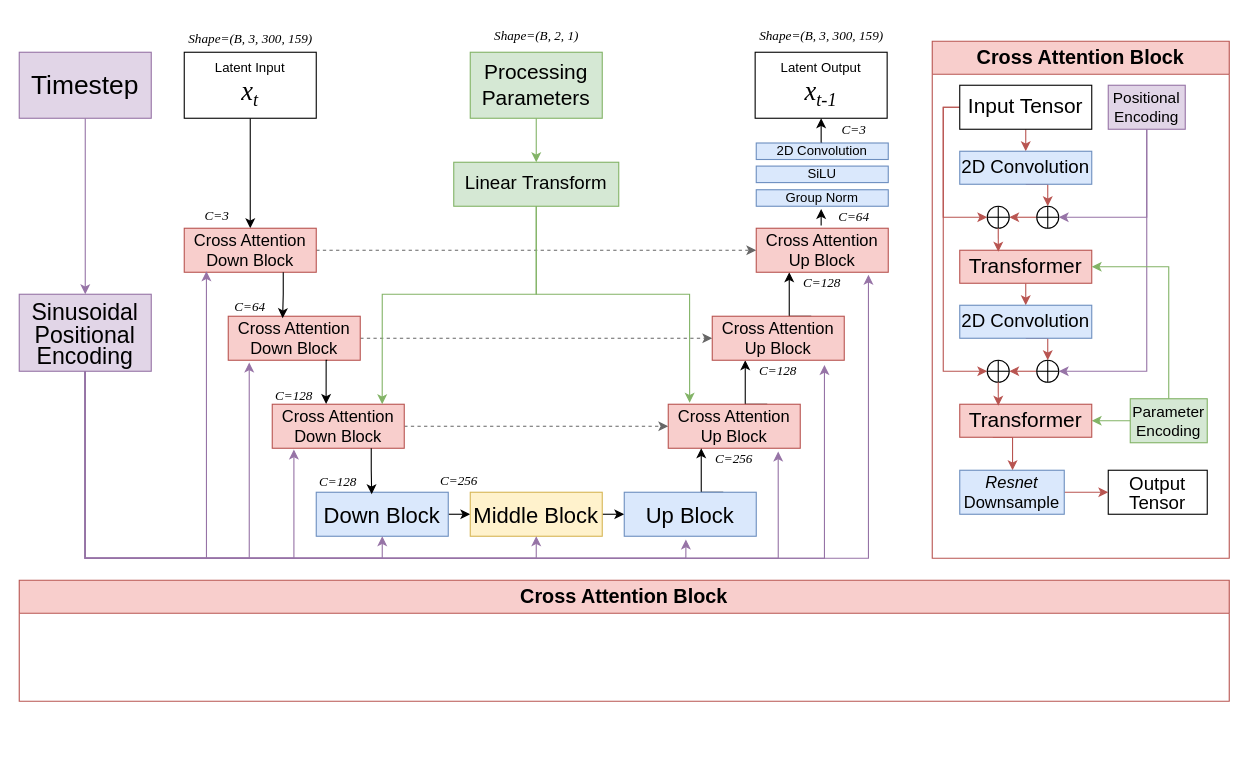
Above: UNet2DCondition.drawio in Hudson-Liu/Diagrams (draw.io), before the change. Source tidied: cells renumbered, new cells numbered last; positions are measured from the earlier drawing's top-left corner, leaving out a move shared by most shapes. Both pictures are drawn from the tidied source at 110%, with x=0, y=0 at pixel (19, 19).
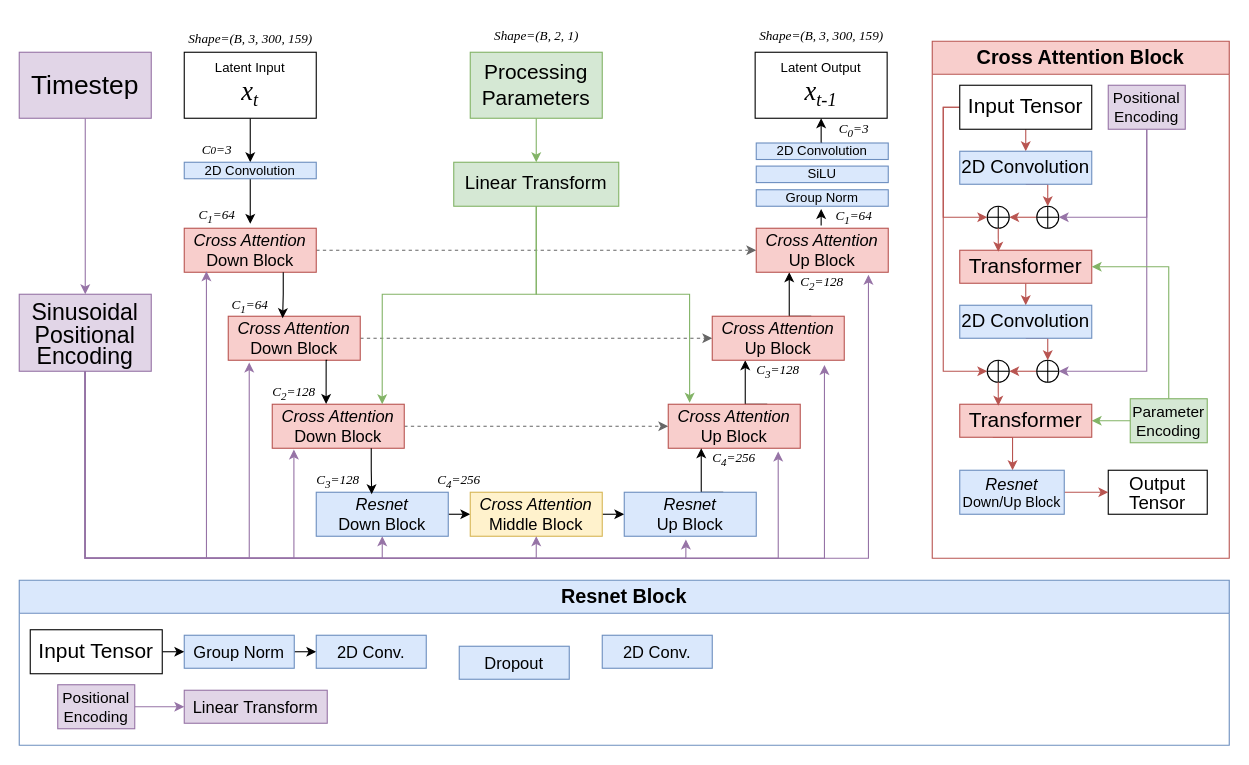
After the change.

Unchanged cells that the change refers to:
```xml
<mxCell id="5" value="&lt;div&gt;&lt;font style=&quot;font-size: 12px;&quot;&gt;Latent Input&lt;/font&gt;&lt;/div&gt;&lt;font face=&quot;Times New Roman&quot; style=&quot;&quot;&gt;&lt;span style=&quot;font-size: 24px;&quot;&gt;&lt;i&gt;x&lt;/i&gt;&lt;/span&gt;&lt;span style=&quot;font-style: italic; font-size: 20px;&quot;&gt;&lt;sub&gt;t&lt;/sub&gt;&lt;/span&gt;&lt;/font&gt;" style="rounded=0;whiteSpace=wrap;html=1;" parent="1" vertex="1">
  <mxGeometry x="150" y="30" width="120" height="60" as="geometry" />
</mxCell>
<mxCell id="41" value="&lt;font style=&quot;font-size: 18px;&quot;&gt;Cross Attention Block&lt;/font&gt;" style="swimlane;whiteSpace=wrap;html=1;fillColor=#f8cecc;strokeColor=#b85450;startSize=30;" parent="1" vertex="1">
  <mxGeometry x="830" y="20" width="270" height="470" as="geometry" />
</mxCell>
```

The edit, as a diff of the source:
```diff
@@
-    <mxCell id="4" style="edgeStyle=orthogonalEdgeStyle;rounded=0;jettySize=auto;html=1;exitX=0.5;exitY=1;exitDx=0;exitDy=0;entryX=0.5;entryY=0;entryDx=0;entryDy=0;" parent="1" edge="1" source="5" target="8">
-      <mxGeometry relative="1" as="geometry" />
-    </mxCell>
+    <mxCell id="93" style="edgeStyle=orthogonalEdgeStyle;rounded=0;jettySize=auto;html=1;exitX=0.5;exitY=1;exitDx=0;exitDy=0;entryX=0.5;entryY=0;entryDx=0;entryDy=0;" parent="1" edge="1" source="5" target="105">
+      <mxGeometry relative="1" as="geometry" />
+    </mxCell>
@@
-    <mxCell id="8" value="&lt;font style=&quot;font-size: 15px;&quot;&gt;Cross Attention Down Block&lt;/font&gt;" style="rounded=0;whiteSpace=wrap;html=1;fillColor=#f8cecc;strokeColor=#b85450;" parent="1" vertex="1">
+    <mxCell id="8" value="&lt;font style=&quot;font-size: 15px;&quot;&gt;&lt;i&gt;Cross Attention&lt;/i&gt; Down Block&lt;/font&gt;" style="rounded=0;whiteSpace=wrap;html=1;fillColor=#f8cecc;strokeColor=#b85450;" parent="1" vertex="1">
       <mxGeometry x="150" y="190" width="120" height="40" as="geometry" />
     </mxCell>
@@
-    <mxCell id="10" value="&lt;font style=&quot;font-size: 15px;&quot;&gt;Cross Attention Down Block&lt;/font&gt;" style="rounded=0;whiteSpace=wrap;html=1;fillColor=#f8cecc;strokeColor=#b85450;" parent="1" vertex="1">
+    <mxCell id="10" value="&lt;font style=&quot;font-size: 15px;&quot;&gt;&lt;i&gt;Cross Attention&lt;/i&gt; Down Block&lt;/font&gt;" style="rounded=0;whiteSpace=wrap;html=1;fillColor=#f8cecc;strokeColor=#b85450;" parent="1" vertex="1">
       <mxGeometry x="190" y="270" width="120" height="40" as="geometry" />
     </mxCell>
@@
-    <mxCell id="12" value="&lt;font style=&quot;font-size: 15px;&quot;&gt;Cross Attention Down Block&lt;/font&gt;" style="rounded=0;whiteSpace=wrap;html=1;fillColor=#f8cecc;strokeColor=#b85450;" parent="1" vertex="1">
+    <mxCell id="12" value="&lt;font style=&quot;font-size: 15px;&quot;&gt;&lt;i&gt;Cross Attention&lt;/i&gt; Down Block&lt;/font&gt;" style="rounded=0;whiteSpace=wrap;html=1;fillColor=#f8cecc;strokeColor=#b85450;" parent="1" vertex="1">
       <mxGeometry x="230" y="350" width="120" height="40" as="geometry" />
     </mxCell>
@@
-    <mxCell id="14" value="&lt;font style=&quot;font-size: 15px;&quot;&gt;Cross Attention Up Block&lt;/font&gt;" style="rounded=0;whiteSpace=wrap;html=1;fillColor=#f8cecc;strokeColor=#b85450;" parent="1" vertex="1">
+    <mxCell id="14" value="&lt;font style=&quot;font-size: 15px;&quot;&gt;&lt;i&gt;Cross Attention&lt;/i&gt; Up Block&lt;/font&gt;" style="rounded=0;whiteSpace=wrap;html=1;fillColor=#f8cecc;strokeColor=#b85450;" parent="1" vertex="1">
       <mxGeometry x="590" y="350" width="120" height="40" as="geometry" />
     </mxCell>
@@
-    <mxCell id="16" value="&lt;font style=&quot;font-size: 15px;&quot;&gt;Cross &lt;font style=&quot;font-size: 15px;&quot;&gt;Attention&lt;/font&gt; Up Block&lt;/font&gt;" style="rounded=0;whiteSpace=wrap;html=1;fillColor=#f8cecc;strokeColor=#b85450;" parent="1" vertex="1">
+    <mxCell id="16" value="&lt;font style=&quot;font-size: 15px;&quot;&gt;&lt;i&gt;Cross &lt;font style=&quot;font-size: 15px;&quot;&gt;Attention&lt;/font&gt;&lt;/i&gt; Up Block&lt;/font&gt;" style="rounded=0;whiteSpace=wrap;html=1;fillColor=#f8cecc;strokeColor=#b85450;" parent="1" vertex="1">
       <mxGeometry x="630" y="270" width="120" height="40" as="geometry" />
     </mxCell>
-    <mxCell id="17" value="&lt;font style=&quot;font-size: 15px;&quot;&gt;Cross Attention Up Block&lt;/font&gt;" style="rounded=0;whiteSpace=wrap;html=1;fillColor=#f8cecc;strokeColor=#b85450;" parent="1" vertex="1">
+    <mxCell id="17" value="&lt;font style=&quot;font-size: 15px;&quot;&gt;&lt;i&gt;Cross Attention&lt;/i&gt; Up Block&lt;/font&gt;" style="rounded=0;whiteSpace=wrap;html=1;fillColor=#f8cecc;strokeColor=#b85450;" parent="1" vertex="1">
       <mxGeometry x="670" y="190" width="120" height="40" as="geometry" />
     </mxCell>
@@
-    <mxCell id="19" value="&lt;font style=&quot;font-size: 20px;&quot;&gt;Down Block&lt;/font&gt;" style="rounded=0;whiteSpace=wrap;html=1;fillColor=#dae8fc;strokeColor=#6c8ebf;" parent="1" vertex="1">
+    <mxCell id="19" value="&lt;div style=&quot;font-size: 15px;&quot;&gt;&lt;font style=&quot;font-size: 15px;&quot;&gt;&lt;i&gt;Resnet&lt;/i&gt;&lt;/font&gt;&lt;/div&gt;&lt;font style=&quot;font-size: 15px;&quot;&gt;Down Block&lt;/font&gt;" style="rounded=0;whiteSpace=wrap;html=1;fillColor=#dae8fc;strokeColor=#6c8ebf;" parent="1" vertex="1">
       <mxGeometry x="270" y="430" width="120" height="40" as="geometry" />
     </mxCell>
@@
-    <mxCell id="21" value="&lt;font style=&quot;font-size: 20px;&quot;&gt;Middle Block&lt;/font&gt;" style="rounded=0;whiteSpace=wrap;html=1;fillColor=#fff2cc;strokeColor=#d6b656;" parent="1" vertex="1">
+    <mxCell id="21" value="&lt;div style=&quot;font-size: 15px;&quot;&gt;&lt;font style=&quot;font-size: 15px;&quot;&gt;&lt;i&gt;Cross Attention&lt;/i&gt;&lt;/font&gt;&lt;/div&gt;&lt;font style=&quot;font-size: 15px;&quot;&gt;Middle Block&lt;/font&gt;" style="rounded=0;whiteSpace=wrap;html=1;fillColor=#fff2cc;strokeColor=#d6b656;" parent="1" vertex="1">
       <mxGeometry x="410" y="430" width="120" height="40" as="geometry" />
     </mxCell>
@@
-    <mxCell id="23" value="&lt;font style=&quot;font-size: 20px;&quot;&gt;Up Block&lt;/font&gt;" style="rounded=0;whiteSpace=wrap;html=1;fillColor=#dae8fc;strokeColor=#6c8ebf;" parent="1" vertex="1">
+    <mxCell id="23" value="&lt;div style=&quot;font-size: 15px;&quot;&gt;&lt;font style=&quot;font-size: 15px;&quot;&gt;&lt;i&gt;Resnet&lt;/i&gt;&lt;/font&gt;&lt;/div&gt;&lt;font style=&quot;font-size: 15px;&quot;&gt;Up Block&lt;/font&gt;" style="rounded=0;whiteSpace=wrap;html=1;fillColor=#dae8fc;strokeColor=#6c8ebf;" parent="1" vertex="1">
       <mxGeometry x="550" y="430" width="120" height="40" as="geometry" />
     </mxCell>
@@
-    <mxCell id="70" value="&lt;div style=&quot;font-size: 15px;&quot;&gt;&lt;font style=&quot;font-size: 15px;&quot;&gt;&lt;i style=&quot;&quot;&gt;Resnet&lt;/i&gt;&lt;/font&gt;&lt;/div&gt;&lt;font style=&quot;font-size: 15px;&quot;&gt;Downsample&lt;/font&gt;" style="rounded=0;whiteSpace=wrap;html=1;fillColor=#dae8fc;strokeColor=#6c8ebf;" parent="41" vertex="1">
+    <mxCell id="70" value="&lt;div style=&quot;font-size: 15px;&quot;&gt;&lt;font style=&quot;font-size: 15px;&quot;&gt;&lt;i style=&quot;&quot;&gt;Resnet&lt;/i&gt;&lt;/font&gt;&lt;/div&gt;&lt;font style=&quot;font-size: 13px;&quot;&gt;Down/Up Block&lt;/font&gt;" style="rounded=0;whiteSpace=wrap;html=1;fillColor=#dae8fc;strokeColor=#6c8ebf;" parent="41" vertex="1">
       <mxGeometry x="25" y="390" width="95" height="40" as="geometry" />
     </mxCell>
@@
-    <mxCell id="74" value="&lt;font face=&quot;Times New Roman&quot;&gt;&lt;i&gt;C=64&lt;/i&gt;&lt;/font&gt;" style="text;html=1;align=center;verticalAlign=middle;whiteSpace=wrap;rounded=0;" parent="1" vertex="1">
-      <mxGeometry x="180" y="247" width="60" height="30" as="geometry" />
+    <mxCell id="74" value="&lt;font face=&quot;Times New Roman&quot;&gt;&lt;i&gt;C&lt;sub&gt;1&lt;/sub&gt;=64&lt;/i&gt;&lt;/font&gt;" style="text;html=1;align=center;verticalAlign=middle;whiteSpace=wrap;rounded=0;" parent="1" vertex="1">
+      <mxGeometry x="180" y="246" width="60" height="30" as="geometry" />
     </mxCell>
-    <mxCell id="75" value="&lt;font face=&quot;Times New Roman&quot;&gt;&lt;i&gt;C=128&lt;/i&gt;&lt;/font&gt;" style="text;html=1;align=center;verticalAlign=middle;whiteSpace=wrap;rounded=0;" parent="1" vertex="1">
-      <mxGeometry x="220" y="328" width="60" height="30" as="geometry" />
+    <mxCell id="75" value="&lt;font face=&quot;Times New Roman&quot;&gt;&lt;i&gt;C&lt;sub&gt;2&lt;/sub&gt;=128&lt;/i&gt;&lt;/font&gt;" style="text;html=1;align=center;verticalAlign=middle;whiteSpace=wrap;rounded=0;" parent="1" vertex="1">
+      <mxGeometry x="220" y="325" width="60" height="30" as="geometry" />
     </mxCell>
-    <mxCell id="76" value="&lt;font face=&quot;Times New Roman&quot;&gt;&lt;i&gt;C=128&lt;/i&gt;&lt;/font&gt;" style="text;html=1;align=center;verticalAlign=middle;whiteSpace=wrap;rounded=0;" parent="1" vertex="1">
-      <mxGeometry x="260" y="406" width="60" height="30" as="geometry" />
+    <mxCell id="76" value="&lt;font face=&quot;Times New Roman&quot;&gt;&lt;i&gt;C&lt;sub&gt;3&lt;/sub&gt;=128&lt;/i&gt;&lt;/font&gt;" style="text;html=1;align=center;verticalAlign=middle;whiteSpace=wrap;rounded=0;" parent="1" vertex="1">
+      <mxGeometry x="260" y="405" width="60" height="30" as="geometry" />
     </mxCell>
-    <mxCell id="77" value="&lt;font face=&quot;Times New Roman&quot;&gt;&lt;i&gt;C=256&lt;/i&gt;&lt;/font&gt;" style="text;html=1;align=center;verticalAlign=middle;whiteSpace=wrap;rounded=0;" parent="1" vertex="1">
+    <mxCell id="77" value="&lt;font face=&quot;Times New Roman&quot;&gt;&lt;i&gt;C&lt;sub&gt;4&lt;/sub&gt;=256&lt;/i&gt;&lt;/font&gt;" style="text;html=1;align=center;verticalAlign=middle;whiteSpace=wrap;rounded=0;" parent="1" vertex="1">
       <mxGeometry x="370" y="405" width="60" height="30" as="geometry" />
     </mxCell>
-    <mxCell id="78" value="&lt;font face=&quot;Times New Roman&quot;&gt;&lt;i&gt;C=256&lt;/i&gt;&lt;/font&gt;" style="text;html=1;align=center;verticalAlign=middle;whiteSpace=wrap;rounded=0;" parent="1" vertex="1">
+    <mxCell id="78" value="&lt;font face=&quot;Times New Roman&quot;&gt;&lt;i&gt;C&lt;sub&gt;4&lt;/sub&gt;=256&lt;/i&gt;&lt;/font&gt;" style="text;html=1;align=center;verticalAlign=middle;whiteSpace=wrap;rounded=0;" parent="1" vertex="1">
       <mxGeometry x="620" y="385" width="60" height="30" as="geometry" />
     </mxCell>
-    <mxCell id="79" value="&lt;font face=&quot;Times New Roman&quot;&gt;&lt;i&gt;C=128&lt;/i&gt;&lt;/font&gt;" style="text;html=1;align=center;verticalAlign=middle;whiteSpace=wrap;rounded=0;" parent="1" vertex="1">
+    <mxCell id="79" value="&lt;font face=&quot;Times New Roman&quot;&gt;&lt;i&gt;C&lt;sub&gt;3&lt;/sub&gt;=128&lt;/i&gt;&lt;/font&gt;" style="text;html=1;align=center;verticalAlign=middle;whiteSpace=wrap;rounded=0;" parent="1" vertex="1">
       <mxGeometry x="660" y="305" width="60" height="30" as="geometry" />
     </mxCell>
-    <mxCell id="80" value="&lt;font face=&quot;Times New Roman&quot;&gt;&lt;i&gt;C=128&lt;/i&gt;&lt;/font&gt;" style="text;html=1;align=center;verticalAlign=middle;whiteSpace=wrap;rounded=0;" parent="1" vertex="1">
+    <mxCell id="80" value="&lt;font face=&quot;Times New Roman&quot;&gt;&lt;i&gt;C&lt;sub&gt;2&lt;/sub&gt;=128&lt;/i&gt;&lt;/font&gt;" style="text;html=1;align=center;verticalAlign=middle;whiteSpace=wrap;rounded=0;" parent="1" vertex="1">
       <mxGeometry x="700" y="225" width="60" height="30" as="geometry" />
     </mxCell>
-    <mxCell id="81" value="&lt;font face=&quot;Times New Roman&quot;&gt;&lt;i&gt;C=64&lt;/i&gt;&lt;/font&gt;" style="text;html=1;align=center;verticalAlign=middle;whiteSpace=wrap;rounded=0;" parent="1" vertex="1">
+    <mxCell id="81" value="&lt;font face=&quot;Times New Roman&quot;&gt;&lt;i&gt;C&lt;sub&gt;1&lt;/sub&gt;=64&lt;/i&gt;&lt;/font&gt;" style="text;html=1;align=center;verticalAlign=middle;whiteSpace=wrap;rounded=0;" parent="1" vertex="1">
       <mxGeometry x="729" y="165" width="60" height="30" as="geometry" />
     </mxCell>
@@
-    <mxCell id="87" value="&lt;font face=&quot;Times New Roman&quot;&gt;&lt;i&gt;C=3&lt;/i&gt;&lt;/font&gt;" style="text;html=1;align=center;verticalAlign=middle;whiteSpace=wrap;rounded=0;" parent="1" vertex="1">
+    <mxCell id="87" value="&lt;font face=&quot;Times New Roman&quot;&gt;&lt;i&gt;C&lt;sub&gt;0&lt;/sub&gt;=3&lt;/i&gt;&lt;/font&gt;" style="text;html=1;align=center;verticalAlign=middle;whiteSpace=wrap;rounded=0;" parent="1" vertex="1">
       <mxGeometry x="729" y="85.5" width="60" height="30" as="geometry" />
     </mxCell>
-    <mxCell id="88" value="&lt;font face=&quot;Times New Roman&quot;&gt;&lt;i&gt;C=3&lt;/i&gt;&lt;/font&gt;" style="text;html=1;align=center;verticalAlign=middle;whiteSpace=wrap;rounded=0;" parent="1" vertex="1">
-      <mxGeometry x="150" y="163.5" width="60" height="30" as="geometry" />
-    </mxCell>
@@
-    <mxCell id="92" value="&lt;font style=&quot;font-size: 18px;&quot;&gt;Cross Attention Block&lt;/font&gt;" style="swimlane;whiteSpace=wrap;html=1;fillColor=#f8cecc;strokeColor=#b85450;startSize=30;" parent="1" vertex="1">
-      <mxGeometry y="510" width="1100" height="110" as="geometry" />
+    <mxCell id="92" value="&lt;font style=&quot;font-size: 18px;&quot;&gt;Resnet Block&lt;/font&gt;" style="swimlane;whiteSpace=wrap;html=1;fillColor=#dae8fc;strokeColor=#6c8ebf;startSize=30;" parent="1" vertex="1">
+      <mxGeometry y="510" width="1100" height="150" as="geometry" />
     </mxCell>
+    <mxCell id="94" style="edgeStyle=orthogonalEdgeStyle;rounded=0;jettySize=auto;html=1;exitX=1;exitY=0.5;exitDx=0;exitDy=0;entryX=0;entryY=0.5;entryDx=0;entryDy=0;" parent="92" edge="1" source="95" target="96">
+      <mxGeometry relative="1" as="geometry" />
+    </mxCell>
+    <mxCell id="95" value="&lt;font style=&quot;font-size: 15px;&quot;&gt;Group Norm&lt;/font&gt;" style="rounded=0;whiteSpace=wrap;html=1;fillColor=#dae8fc;strokeColor=#6c8ebf;" parent="92" vertex="1">
+      <mxGeometry x="150" y="50" width="100" height="30" as="geometry" />
+    </mxCell>
+    <mxCell id="96" value="&lt;span style=&quot;font-size: 15px;&quot;&gt;2D Conv.&lt;/span&gt;" style="rounded=0;whiteSpace=wrap;html=1;fillColor=#dae8fc;strokeColor=#6c8ebf;" parent="92" vertex="1">
+      <mxGeometry x="270" y="50" width="100" height="30" as="geometry" />
+    </mxCell>
+    <mxCell id="97" value="&lt;div style=&quot;font-size: 15px;&quot;&gt;&lt;font style=&quot;font-size: 15px;&quot;&gt;Linear&amp;nbsp;&lt;/font&gt;&lt;span style=&quot;background-color: initial;&quot;&gt;Transform&lt;/span&gt;&lt;/div&gt;" style="rounded=0;whiteSpace=wrap;html=1;fillColor=#e1d5e7;strokeColor=#9673a6;" parent="92" vertex="1">
+      <mxGeometry x="150" y="100" width="130" height="30" as="geometry" />
+    </mxCell>
+    <mxCell id="98" style="edgeStyle=orthogonalEdgeStyle;rounded=0;jettySize=auto;html=1;exitX=1;exitY=0.5;exitDx=0;exitDy=0;entryX=0;entryY=0.5;entryDx=0;entryDy=0;" parent="92" edge="1" source="99" target="95">
+      <mxGeometry relative="1" as="geometry" />
+    </mxCell>
+    <mxCell id="99" value="&lt;font style=&quot;font-size: 19px;&quot;&gt;Input Tensor&lt;/font&gt;" style="rounded=0;whiteSpace=wrap;html=1;" parent="92" vertex="1">
+      <mxGeometry x="10" y="45" width="120" height="40" as="geometry" />
+    </mxCell>
+    <mxCell id="100" style="edgeStyle=orthogonalEdgeStyle;rounded=0;jettySize=auto;html=1;exitX=1;exitY=0.5;exitDx=0;exitDy=0;entryX=0;entryY=0.5;entryDx=0;entryDy=0;fillColor=#e1d5e7;strokeColor=#9673a6;" parent="92" edge="1" source="101" target="97">
+      <mxGeometry relative="1" as="geometry" />
+    </mxCell>
+    <mxCell id="101" value="&lt;font style=&quot;font-size: 14px;&quot;&gt;Positional Encoding&lt;/font&gt;" style="rounded=0;whiteSpace=wrap;html=1;fillColor=#e1d5e7;strokeColor=#9673a6;" parent="92" vertex="1">
+      <mxGeometry x="35" y="95" width="70" height="40" as="geometry" />
+    </mxCell>
+    <mxCell id="102" value="&lt;span style=&quot;font-size: 15px;&quot;&gt;Dropout&lt;/span&gt;" style="rounded=0;whiteSpace=wrap;html=1;fillColor=#dae8fc;strokeColor=#6c8ebf;" parent="92" vertex="1">
+      <mxGeometry x="400" y="60" width="100" height="30" as="geometry" />
+    </mxCell>
+    <mxCell id="103" value="&lt;span style=&quot;font-size: 15px;&quot;&gt;2D Conv.&lt;/span&gt;" style="rounded=0;whiteSpace=wrap;html=1;fillColor=#dae8fc;strokeColor=#6c8ebf;" parent="92" vertex="1">
+      <mxGeometry x="530" y="50" width="100" height="30" as="geometry" />
+    </mxCell>
+    <mxCell id="104" style="edgeStyle=orthogonalEdgeStyle;rounded=0;jettySize=auto;html=1;exitX=0.5;exitY=1;exitDx=0;exitDy=0;entryX=1;entryY=0.75;entryDx=0;entryDy=0;" parent="1" edge="1" source="105">
+      <mxGeometry relative="1" as="geometry">
+        <mxPoint x="210" y="186" as="targetPoint" />
+        <Array as="points">
+          <mxPoint x="210" y="180" />
+          <mxPoint x="210" y="180" />
+        </Array>
+      </mxGeometry>
+    </mxCell>
+    <mxCell id="105" value="2D Convolution" style="rounded=0;whiteSpace=wrap;html=1;fillColor=#dae8fc;strokeColor=#6c8ebf;" parent="1" vertex="1">
+      <mxGeometry x="150" y="130" width="120" height="15" as="geometry" />
+    </mxCell>
+    <mxCell id="106" value="&lt;font face=&quot;Times New Roman&quot;&gt;&lt;i&gt;C&lt;sub&gt;1&lt;/sub&gt;=64&lt;/i&gt;&lt;/font&gt;" style="text;html=1;align=center;verticalAlign=middle;whiteSpace=wrap;rounded=0;" parent="1" vertex="1">
+      <mxGeometry x="150" y="163.5" width="60" height="30" as="geometry" />
+    </mxCell>
+    <mxCell id="107" value="&lt;font face=&quot;Times New Roman&quot;&gt;&lt;i&gt;C&lt;span style=&quot;font-size: 10px;&quot;&gt;0&lt;/span&gt;=3&lt;/i&gt;&lt;/font&gt;" style="text;html=1;align=center;verticalAlign=middle;whiteSpace=wrap;rounded=0;" parent="1" vertex="1">
+      <mxGeometry x="150" y="103.5" width="60" height="30" as="geometry" />
+    </mxCell>
```
